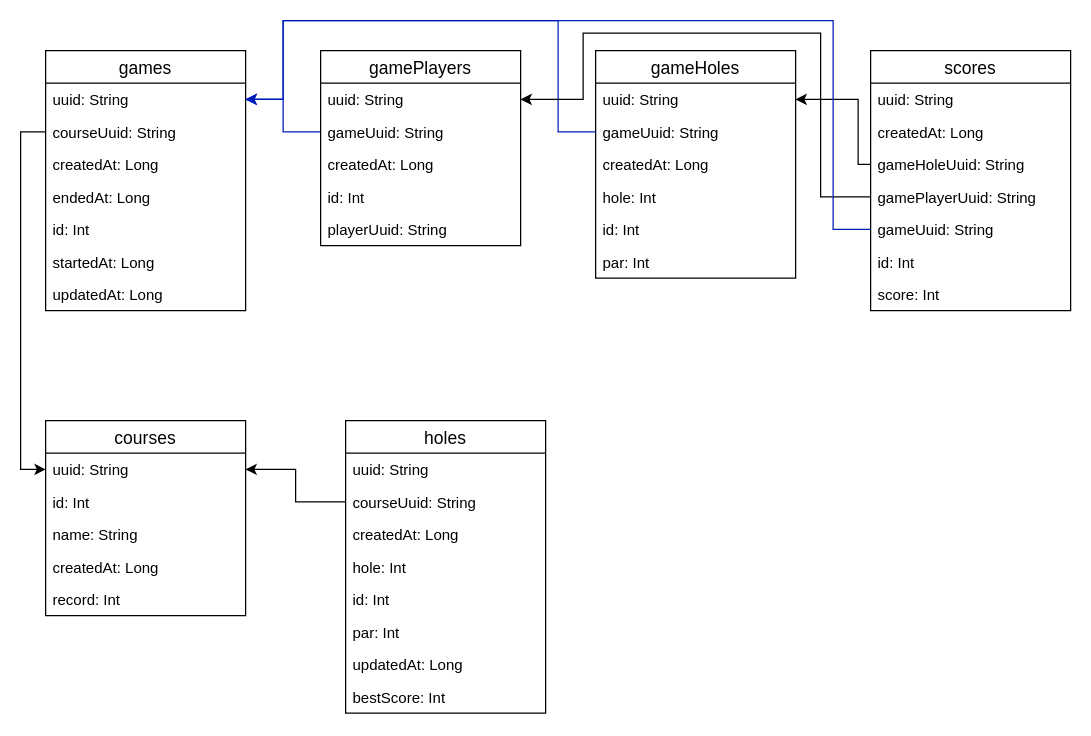
This is birdie.drawio from Uusimene/birdie, a draw.io file, before an edit. Source tidied: cells renumbered, new cells numbered last; positions are measured from the earlier drawing's top-left corner, leaving out a move shared by most shapes. Both pictures are drawn from the tidied source at 125%, with x=0, y=0 at pixel (20, 20).
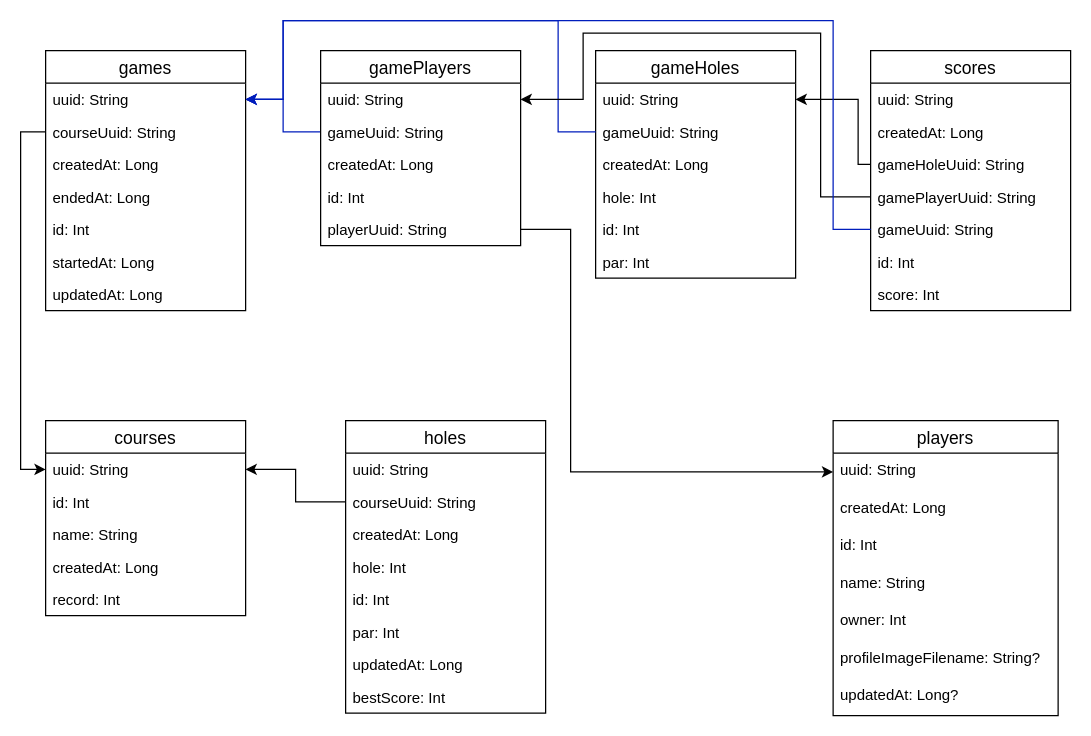
The same diagram, later.

Commit message:
finished er chart

The change refers to these unchanged cells:
```xml
<mxCell id="16" value="playerUuid: String" style="text;strokeColor=none;fillColor=none;spacingLeft=4;spacingRight=4;overflow=hidden;points=[[0,0.5],[1,0.5]];portConstraint=eastwest;fontSize=12;" parent="11" vertex="1">
  <mxGeometry y="130" width="160" height="26" as="geometry" />
</mxCell>
```

The edit, as a diff of the source:
```diff
@@
+    <mxCell id="53" value="players" style="swimlane;fontStyle=0;horizontal=1;startSize=26;align=center;fontSize=14;" parent="1" vertex="1">
+      <mxGeometry x="650" y="320" width="180" height="236" as="geometry" />
+    </mxCell>
+    <mxCell id="54" value="uuid: String" style="text;strokeColor=none;fillColor=none;spacingLeft=4;spacingRight=4;overflow=hidden;points=[[0,0.5],[1,0.5]];portConstraint=eastwest;fontSize=12;" parent="53" vertex="1">
+      <mxGeometry y="26" width="180" height="30" as="geometry" />
+    </mxCell>
+    <mxCell id="55" value="createdAt: Long" style="text;strokeColor=none;fillColor=none;spacingLeft=4;spacingRight=4;overflow=hidden;fontSize=12;" parent="53" vertex="1">
+      <mxGeometry y="56" width="180" height="30" as="geometry" />
+    </mxCell>
+    <mxCell id="56" value="id: Int" style="text;strokeColor=none;fillColor=none;spacingLeft=4;spacingRight=4;overflow=hidden;fontSize=12;" parent="53" vertex="1">
+      <mxGeometry y="86" width="180" height="30" as="geometry" />
+    </mxCell>
+    <mxCell id="57" value="name: String" style="text;strokeColor=none;fillColor=none;spacingLeft=4;spacingRight=4;overflow=hidden;fontSize=12;" parent="53" vertex="1">
+      <mxGeometry y="116" width="180" height="30" as="geometry" />
+    </mxCell>
+    <mxCell id="58" value="owner: Int" style="text;strokeColor=none;fillColor=none;spacingLeft=4;spacingRight=4;overflow=hidden;fontSize=12;" parent="53" vertex="1">
+      <mxGeometry y="146" width="180" height="30" as="geometry" />
+    </mxCell>
+    <mxCell id="59" value="profileImageFilename: String?" style="text;strokeColor=none;fillColor=none;spacingLeft=4;spacingRight=4;overflow=hidden;fontSize=12;" parent="53" vertex="1">
+      <mxGeometry y="176" width="180" height="30" as="geometry" />
+    </mxCell>
+    <mxCell id="60" value="updatedAt: Long?" style="text;strokeColor=none;fillColor=none;spacingLeft=4;spacingRight=4;overflow=hidden;fontSize=12;" parent="53" vertex="1">
+      <mxGeometry y="206" width="180" height="30" as="geometry" />
+    </mxCell>
+    <mxCell id="61" style="edgeStyle=orthogonalEdgeStyle;rounded=0;jettySize=auto;html=1;" parent="1" edge="1" source="16" target="54">
+      <mxGeometry relative="1" as="geometry">
+        <Array as="points">
+          <mxPoint x="440" y="167" />
+          <mxPoint x="440" y="361" />
+        </Array>
+      </mxGeometry>
+    </mxCell>
```
